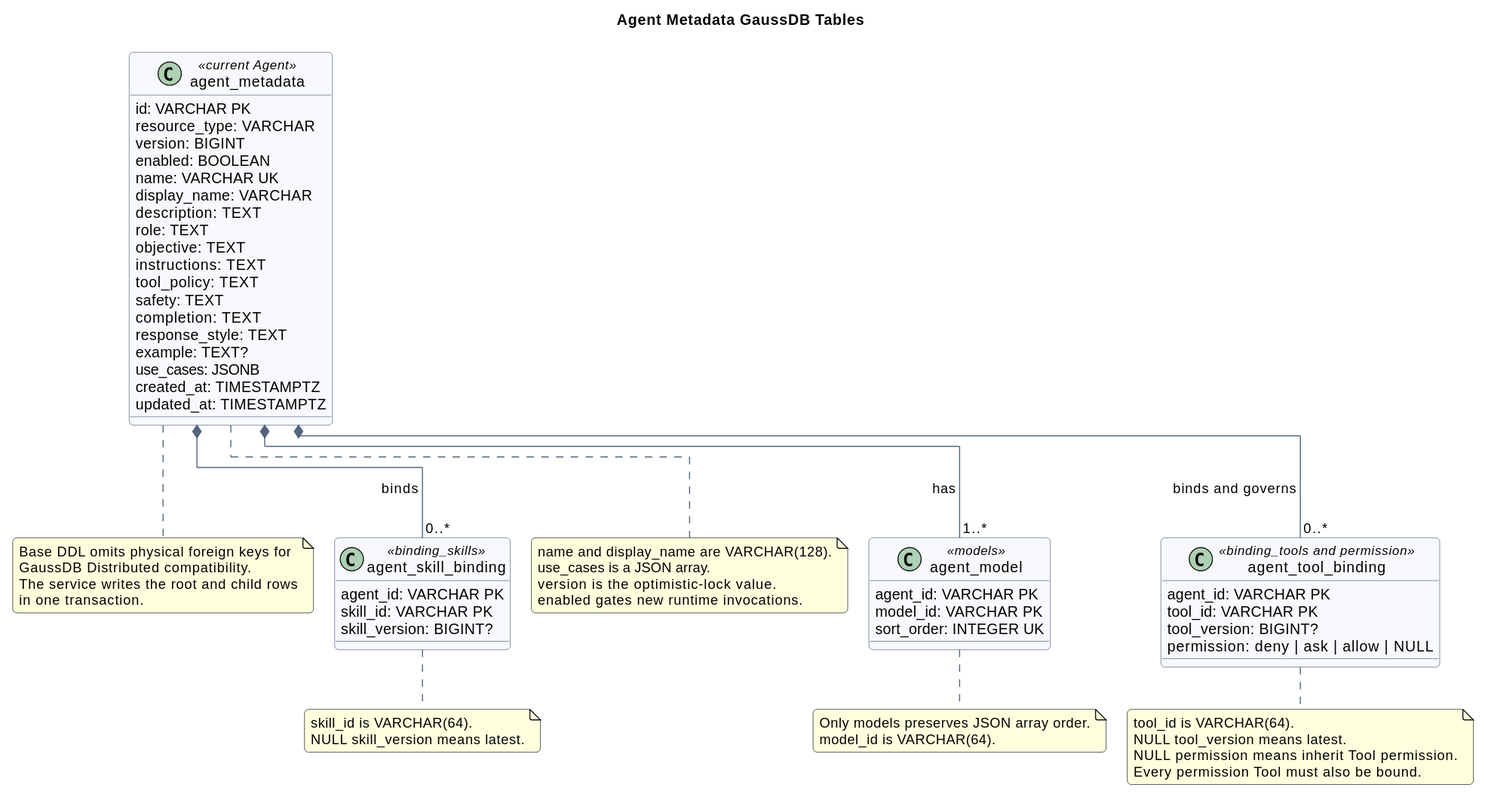
superheromeZzh/pi-mono-java-design keeps this PlantUML diagram as agent-metadata-gaussdb-design/agent_metadata_gaussdb_model.svg. Above is the earlier version.
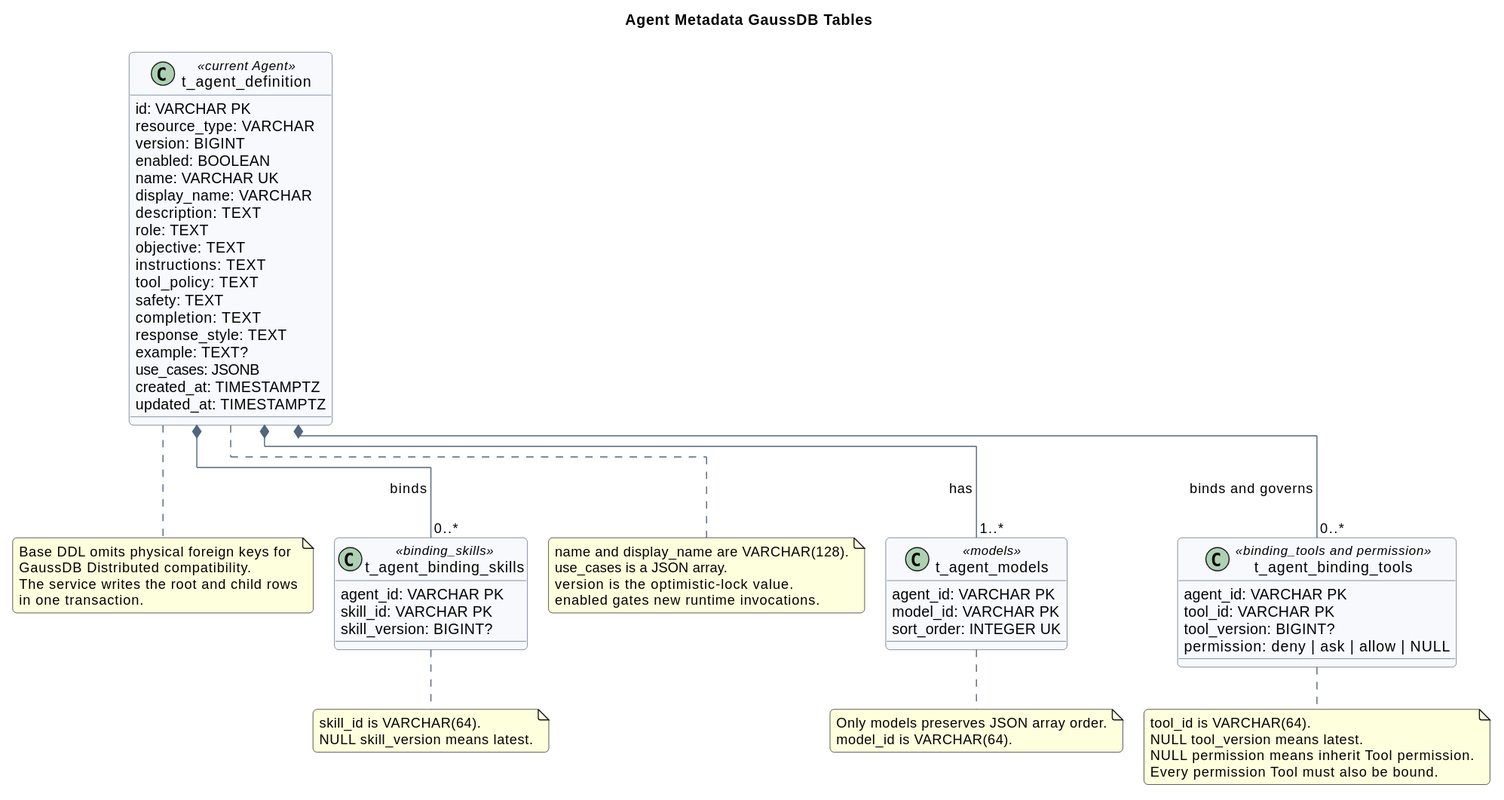
The same file after the commit.

Commit message:
docs(agent): standardize GaussDB table names

The edit, as a diff of the source:
```diff
@@ -14,7 +14,7 @@
 skinparam classAttributeIconSize 0
 
 
-class agent_metadata <<current Agent>> {
+class t_agent_definition <<current Agent>> {
   id: VARCHAR PK
   resource_type: VARCHAR
   version: BIGINT
@@ -35,54 +35,54 @@
   updated_at: TIMESTAMPTZ
 }
 
-class agent_model <<models>> {
+class t_agent_models <<models>> {
   agent_id: VARCHAR PK
   model_id: VARCHAR PK
   sort_order: INTEGER UK
 }
 
-class agent_tool_binding <<binding_tools and permission>> {
+class t_agent_binding_tools <<binding_tools and permission>> {
   agent_id: VARCHAR PK
   tool_id: VARCHAR PK
   tool_version: BIGINT?
   permission: deny | ask | allow | NULL
 }
 
-class agent_skill_binding <<binding_skills>> {
+class t_agent_binding_skills <<binding_skills>> {
   agent_id: VARCHAR PK
   skill_id: VARCHAR PK
   skill_version: BIGINT?
 }
 
-agent_metadata *-- "1..*" agent_model : has
-agent_metadata *-- "0..*" agent_tool_binding : binds and governs
-agent_metadata *-- "0..*" agent_skill_binding : binds
+t_agent_definition *-- "1..*" t_agent_models : has
+t_agent_definition *-- "0..*" t_agent_binding_tools : binds and governs
+t_agent_definition *-- "0..*" t_agent_binding_skills : binds
 
-note right of agent_metadata
+note right of t_agent_definition
 name and display_name are VARCHAR(128).
 use_cases is a JSON array.
 version is the optimistic-lock value.
 enabled gates new runtime invocations.
 end note
 
-note right of agent_model
+note right of t_agent_models
 Only models preserves JSON array order.
 model_id is VARCHAR(64).
 end note
 
-note bottom of agent_tool_binding
+note bottom of t_agent_binding_tools
 tool_id is VARCHAR(64).
 NULL tool_version means latest.
 NULL permission means inherit Tool permission.
 Every permission Tool must also be bound.
 end note
 
-note bottom of agent_skill_binding
+note bottom of t_agent_binding_skills
 skill_id is VARCHAR(64).
 NULL skill_version means latest.
 end note
 
-note bottom of agent_metadata
+note bottom of t_agent_definition
 Base DDL omits physical foreign keys for
 GaussDB Distributed compatibility.
 The service writes the root and child rows
```
